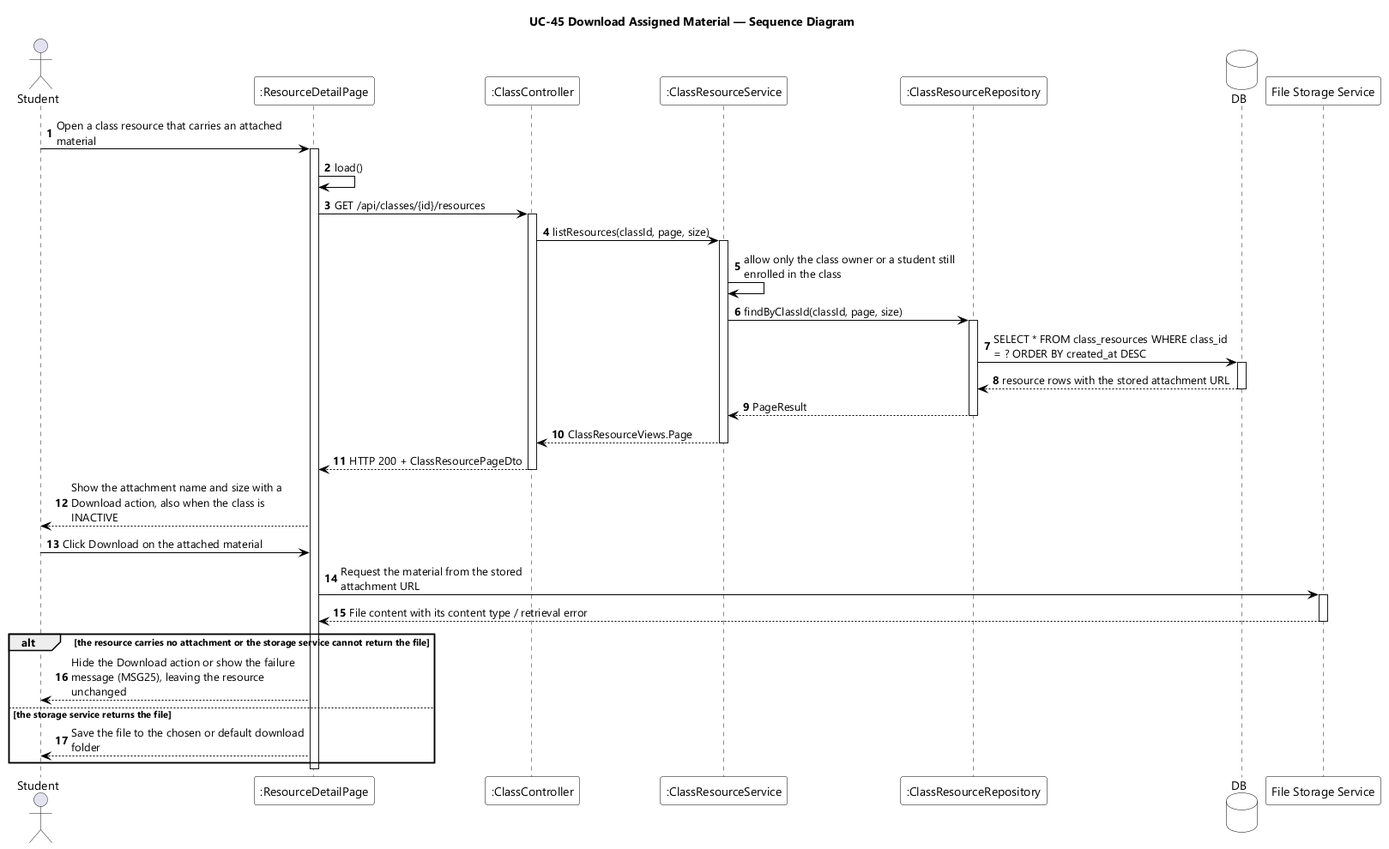
Before: designs/sds-diagrams/uc45/uc45-sequence-diagram.png, a diagram exported from PlantUML (EduA-system/EduA-system). Its diagram source:
```plantuml
@startuml UC-45 Download Assigned Material - Sequence Diagram
skinparamlocked dpi 96
skinparam defaultFontName "Segoe UI"
skinparam shadowing false
skinparam ParticipantBackgroundColor #FFFFFF
skinparam ParticipantBorderColor #000000
skinparam DatabaseBackgroundColor #FFFFFF
skinparam DatabaseBorderColor #000000
skinparam ArrowColor #000000
skinparam sequenceMessageAlign left
skinparam maxMessageSize 280
title UC-45 Download Assigned Material — Sequence Diagram

actor Student
participant ":ResourceDetailPage" as UI
participant ":ClassController" as CTL
participant ":ClassResourceService" as SVC
participant ":ClassResourceRepository" as REPO
database DB
participant "File Storage Service" as STORAGE

autonumber
Student -> UI : Open a class resource that carries an attached material
activate UI
UI -> UI : load()
UI -> CTL : GET /api/classes/{id}/resources
activate CTL
CTL -> SVC : listResources(classId, page, size)
activate SVC
SVC -> SVC : allow only the class owner or a student still enrolled in the class
SVC -> REPO : findByClassId(classId, page, size)
activate REPO
REPO -> DB : SELECT * FROM class_resources WHERE class_id = ? ORDER BY created_at DESC
activate DB
DB --> REPO : resource rows with the stored attachment URL
deactivate DB
REPO --> SVC : PageResult
deactivate REPO
SVC --> CTL : ClassResourceViews.Page
deactivate SVC
CTL --> UI : HTTP 200 + ClassResourcePageDto
deactivate CTL
UI --> Student : Show the attachment name and size with a Download action, also when the class is INACTIVE

Student -> UI : Click Download on the attached material
UI -> STORAGE : Request the material from the stored attachment URL
activate STORAGE
STORAGE --> UI : File content with its content type / retrieval error
deactivate STORAGE

alt the resource carries no attachment or the storage service cannot return the file
  UI --> Student : Hide the Download action or show the failure message (MSG25), leaving the resource unchanged
else the storage service returns the file
  UI --> Student : Save the file to the chosen or default download folder
end
deactivate UI
@enduml
```
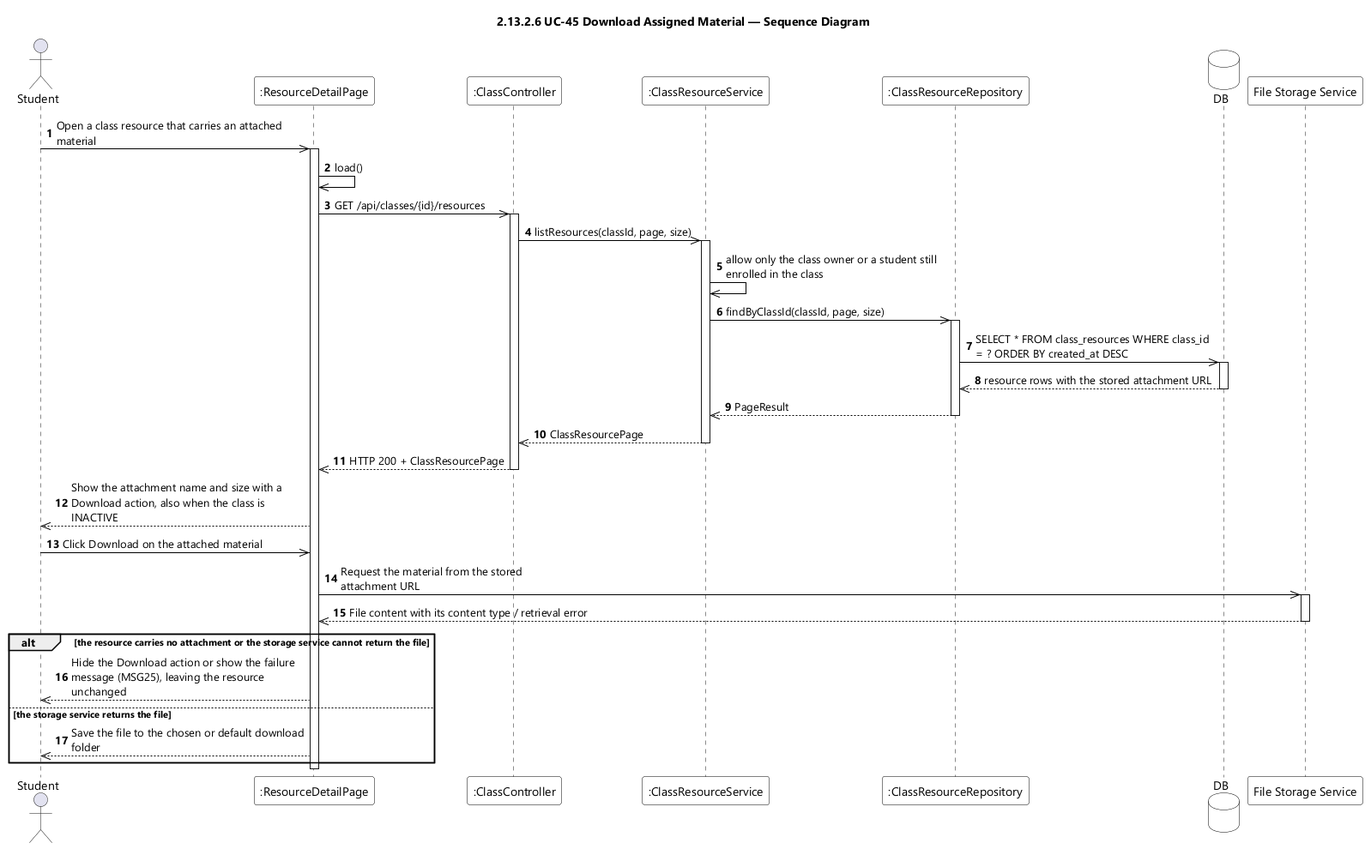
Above is the later version.

Change to the diagram source:
```diff
@@ -9,7 +9,7 @@
 skinparam ArrowColor #000000
 skinparam sequenceMessageAlign left
 skinparam maxMessageSize 280
-title UC-45 Download Assigned Material — Sequence Diagram
+title 2.13.2.6 UC-45 Download Assigned Material — Sequence Diagram
 
 actor Student
 participant ":ResourceDetailPage" as UI
@@ -20,38 +20,38 @@
 participant "File Storage Service" as STORAGE
 
 autonumber
-Student -> UI : Open a class resource that carries an attached material
+Student ->> UI : Open a class resource that carries an attached material
 activate UI
-UI -> UI : load()
-UI -> CTL : GET /api/classes/{id}/resources
+UI ->> UI : load()
+UI ->> CTL : GET /api/classes/{id}/resources
 activate CTL
-CTL -> SVC : listResources(classId, page, size)
+CTL ->> SVC : listResources(classId, page, size)
 activate SVC
-SVC -> SVC : allow only the class owner or a student still enrolled in the class
-SVC -> REPO : findByClassId(classId, page, size)
+SVC ->> SVC : allow only the class owner or a student still enrolled in the class
+SVC ->> REPO : findByClassId(classId, page, size)
 activate REPO
-REPO -> DB : SELECT * FROM class_resources WHERE class_id = ? ORDER BY created_at DESC
+REPO ->> DB : SELECT * FROM class_resources WHERE class_id = ? ORDER BY created_at DESC
 activate DB
-DB --> REPO : resource rows with the stored attachment URL
+DB -->> REPO : resource rows with the stored attachment URL
 deactivate DB
-REPO --> SVC : PageResult
+REPO -->> SVC : PageResult
 deactivate REPO
-SVC --> CTL : ClassResourceViews.Page
+SVC -->> CTL : ClassResourcePage
 deactivate SVC
-CTL --> UI : HTTP 200 + ClassResourcePageDto
+CTL -->> UI : HTTP 200 + ClassResourcePage
 deactivate CTL
-UI --> Student : Show the attachment name and size with a Download action, also when the class is INACTIVE
+UI -->> Student : Show the attachment name and size with a Download action, also when the class is INACTIVE
 
-Student -> UI : Click Download on the attached material
-UI -> STORAGE : Request the material from the stored attachment URL
+Student ->> UI : Click Download on the attached material
+UI ->> STORAGE : Request the material from the stored attachment URL
 activate STORAGE
-STORAGE --> UI : File content with its content type / retrieval error
+STORAGE -->> UI : File content with its content type / retrieval error
 deactivate STORAGE
 
 alt the resource carries no attachment or the storage service cannot return the file
-  UI --> Student : Hide the Download action or show the failure message (MSG25), leaving the resource unchanged
+  UI -->> Student : Hide the Download action or show the failure message (MSG25), leaving the resource unchanged
 else the storage service returns the file
-  UI --> Student : Save the file to the chosen or default download folder
+  UI -->> Student : Save the file to the chosen or default download folder
 end
 deactivate UI
 @enduml
```
